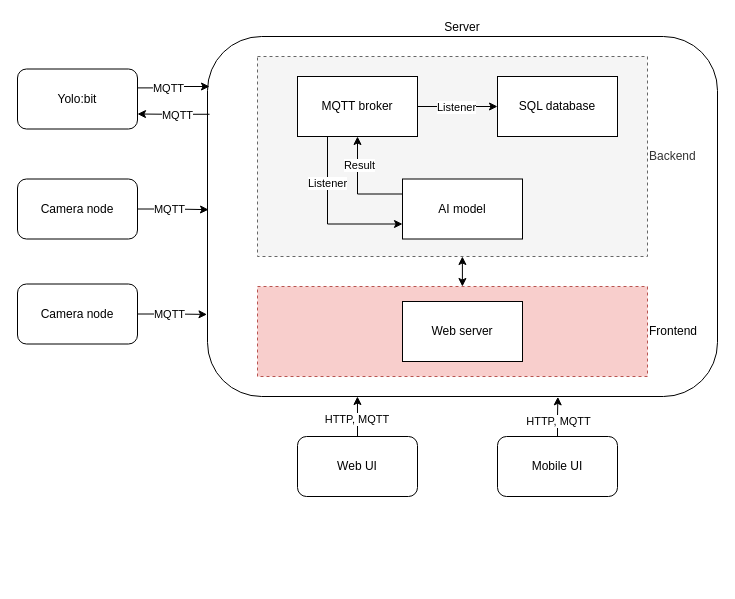
Earlier version of the draw.io diagram Planning/system_block_diagram.drawio (ntpt7921/MultidisciplinaryProj). Source tidied: cells renumbered, new cells numbered last; positions are measured from the earlier drawing's top-left corner, leaving out a move shared by most shapes. Both pictures are drawn from the tidied source at 100%, with x=0, y=0 at pixel (17, 36).
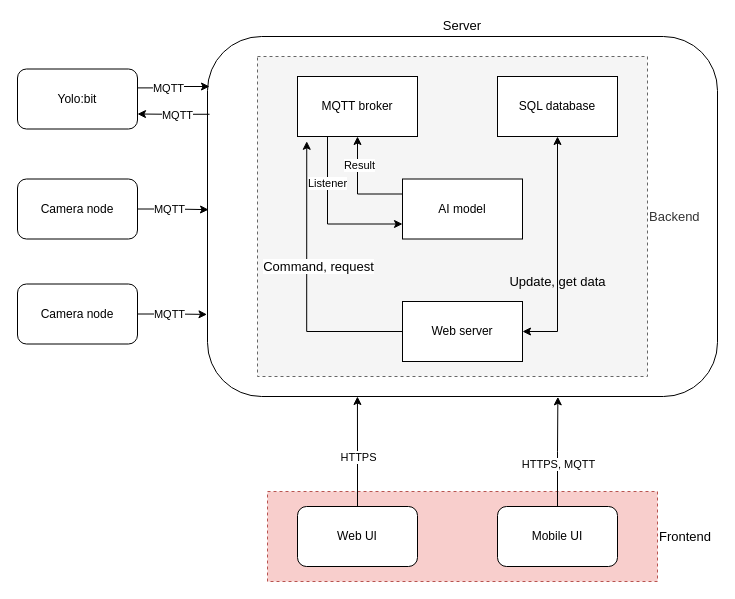
The same page after the edit.

Commit message:
update system block

The change refers to these unchanged cells:
```xml
<mxCell id="14" value="MQTT broker" style="rounded=0;whiteSpace=wrap;html=1;" parent="1" vertex="1">
  <mxGeometry x="280" y="40" width="120" height="60" as="geometry" />
</mxCell>
<mxCell id="15" value="SQL database" style="rounded=0;whiteSpace=wrap;html=1;" parent="1" vertex="1">
  <mxGeometry x="480" y="40" width="120" height="60" as="geometry" />
</mxCell>
<mxCell id="19" value="Web server" style="rounded=0;whiteSpace=wrap;html=1;" parent="1" vertex="1">
  <mxGeometry x="385" y="265" width="120" height="60" as="geometry" />
</mxCell>
<mxCell id="20" style="edgeStyle=orthogonalEdgeStyle;rounded=0;jettySize=auto;html=1;entryX=0.294;entryY=1;entryDx=0;entryDy=0;entryPerimeter=0;" parent="1" edge="1" source="8" target="2">
  <mxGeometry relative="1" as="geometry" />
</mxCell>
<mxCell id="22" style="edgeStyle=orthogonalEdgeStyle;rounded=0;jettySize=auto;html=1;entryX=0.687;entryY=1.001;entryDx=0;entryDy=0;entryPerimeter=0;" parent="1" edge="1" source="9" target="2">
  <mxGeometry relative="1" as="geometry" />
</mxCell>
```

The edit, as a diff of the source:
```diff
@@
-    <mxCell id="2" value="Server" style="rounded=1;whiteSpace=wrap;html=1;verticalAlign=bottom;horizontal=1;labelPosition=center;verticalLabelPosition=top;align=center;fillColor=none;" parent="1" vertex="1">
+    <mxCell id="2" value="&lt;font style=&quot;font-size: 13px;&quot;&gt;Server&lt;/font&gt;" style="rounded=1;whiteSpace=wrap;html=1;verticalAlign=bottom;horizontal=1;labelPosition=center;verticalLabelPosition=top;align=center;fillColor=none;" parent="1" vertex="1">
       <mxGeometry x="190" width="510" height="360" as="geometry" />
     </mxCell>
-    <mxCell id="3" value="Frontend" style="rounded=0;whiteSpace=wrap;html=1;fillColor=#f8cecc;dashed=1;labelPosition=right;verticalLabelPosition=middle;align=left;verticalAlign=middle;strokeColor=#b85450;" parent="1" vertex="1">
-      <mxGeometry x="240" y="250" width="390" height="90" as="geometry" />
+    <mxCell id="3" value="&lt;font style=&quot;font-size: 13px;&quot;&gt;Frontend&lt;/font&gt;" style="rounded=0;whiteSpace=wrap;html=1;fillColor=#f8cecc;dashed=1;labelPosition=right;verticalLabelPosition=middle;align=left;verticalAlign=middle;strokeColor=#b85450;" parent="1" vertex="1">
+      <mxGeometry x="250" y="455" width="390" height="90" as="geometry" />
     </mxCell>
-    <mxCell id="4" value="Backend" style="rounded=0;whiteSpace=wrap;html=1;fillColor=#f5f5f5;dashed=1;labelPosition=right;verticalLabelPosition=middle;align=left;verticalAlign=middle;glass=0;fontColor=#333333;strokeColor=#666666;" parent="1" vertex="1">
-      <mxGeometry x="240" y="20" width="390" height="200" as="geometry" />
+    <mxCell id="4" value="&lt;font style=&quot;font-size: 13px;&quot;&gt;Backend&lt;/font&gt;" style="rounded=0;whiteSpace=wrap;html=1;fillColor=#f5f5f5;dashed=1;labelPosition=right;verticalLabelPosition=middle;align=left;verticalAlign=middle;glass=0;fontColor=#333333;strokeColor=#666666;" parent="1" vertex="1">
+      <mxGeometry x="240" y="20" width="390" height="320" as="geometry" />
     </mxCell>
@@
     <mxCell id="8" value="Web UI" style="rounded=1;whiteSpace=wrap;html=1;" parent="1" vertex="1">
-      <mxGeometry x="280" y="400" width="120" height="60" as="geometry" />
+      <mxGeometry x="280" y="470" width="120" height="60" as="geometry" />
     </mxCell>
     <mxCell id="9" value="Mobile UI" style="rounded=1;whiteSpace=wrap;html=1;" parent="1" vertex="1">
-      <mxGeometry x="480" y="400" width="120" height="60" as="geometry" />
+      <mxGeometry x="480" y="470" width="120" height="60" as="geometry" />
     </mxCell>
-    <mxCell id="10" style="edgeStyle=orthogonalEdgeStyle;rounded=0;jettySize=auto;html=1;" parent="1" edge="1" source="14" target="15">
-      <mxGeometry relative="1" as="geometry" />
-    </mxCell>
-    <mxCell id="11" value="Listener" style="edgeLabel;html=1;align=center;verticalAlign=middle;" parent="10" vertex="1">
-      <mxGeometry x="-0.05" y="-1" relative="1" as="geometry">
-        <mxPoint y="-1" as="offset" />
-      </mxGeometry>
-    </mxCell>
@@
+    <mxCell id="33" style="edgeStyle=orthogonalEdgeStyle;rounded=0;jettySize=auto;html=1;entryX=0.5;entryY=1;entryDx=0;entryDy=0;startArrow=classic;startFill=1;" parent="1" edge="1" source="19" target="15">
+      <mxGeometry relative="1" as="geometry">
+        <Array as="points">
+          <mxPoint x="540" y="295" />
+        </Array>
+      </mxGeometry>
+    </mxCell>
@@
-    <mxCell id="21" value="HTTP, MQTT&amp;nbsp;" style="edgeLabel;html=1;align=center;verticalAlign=middle;" parent="20" vertex="1">
+    <mxCell id="21" value="HTTPS" style="edgeLabel;html=1;align=center;verticalAlign=middle;" parent="20" vertex="1">
       <mxGeometry x="-0.1" y="1" relative="1" as="geometry">
         <mxPoint x="1" as="offset" />
       </mxGeometry>
     </mxCell>
@@
-    <mxCell id="23" value="HTTP, MQTT" style="edgeLabel;html=1;align=center;verticalAlign=middle;" parent="22" vertex="1">
+    <mxCell id="23" value="HTTPS, MQTT" style="edgeLabel;html=1;align=center;verticalAlign=middle;" parent="22" vertex="1">
       <mxGeometry x="-0.22" relative="1" as="geometry" />
     </mxCell>
@@
-    <mxCell id="32" style="endArrow=classic;startArrow=classic;html=1;rounded=0;" parent="1" edge="1">
-      <mxGeometry relative="1" as="geometry">
-        <mxPoint x="444.9" y="250" as="sourcePoint" />
-        <mxPoint x="444.9" y="220" as="targetPoint" />
-      </mxGeometry>
-    </mxCell>
+    <mxCell id="34" value="&lt;font style=&quot;font-size: 13px;&quot;&gt;Update, get data&lt;/font&gt;" style="text;html=1;align=center;verticalAlign=middle;strokeColor=none;fillColor=none;" parent="1" vertex="1">
+      <mxGeometry x="480" y="230" width="120" height="30" as="geometry" />
+    </mxCell>
+    <mxCell id="35" style="edgeStyle=orthogonalEdgeStyle;rounded=0;jettySize=auto;html=1;entryX=0.077;entryY=1.08;entryDx=0;entryDy=0;entryPerimeter=0;startArrow=none;startFill=0;" parent="1" edge="1" source="19" target="14">
+      <mxGeometry relative="1" as="geometry">
+        <Array as="points">
+          <mxPoint x="289" y="295" />
+        </Array>
+      </mxGeometry>
+    </mxCell>
+    <mxCell id="36" value="&lt;font style=&quot;font-size: 13px;&quot;&gt;Command, request&lt;/font&gt;" style="edgeLabel;html=1;align=center;verticalAlign=middle;" parent="35" vertex="1">
+      <mxGeometry x="0.12" y="1" relative="1" as="geometry">
+        <mxPoint x="12" y="-1" as="offset" />
+      </mxGeometry>
+    </mxCell>
```
